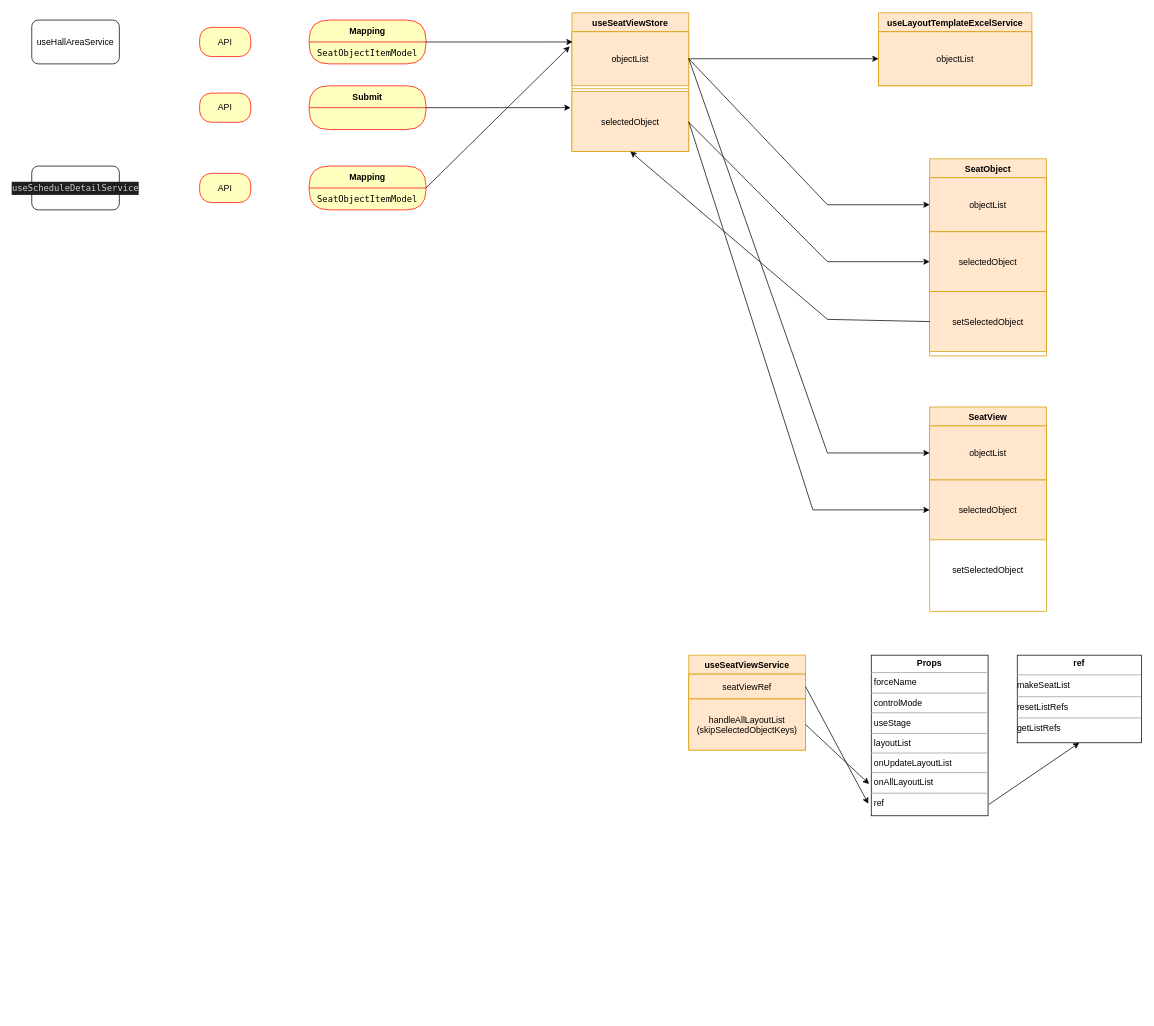
This is 202310_seat_goods.drawio from monolifeYw/drawio, a draw.io file, before an edit. Source tidied: cells renumbered, new cells numbered last; positions are measured from the earlier drawing's top-left corner, leaving out a move shared by most shapes. Both pictures are drawn from the tidied source at 73%, with x=0, y=0 at pixel (31, 12).
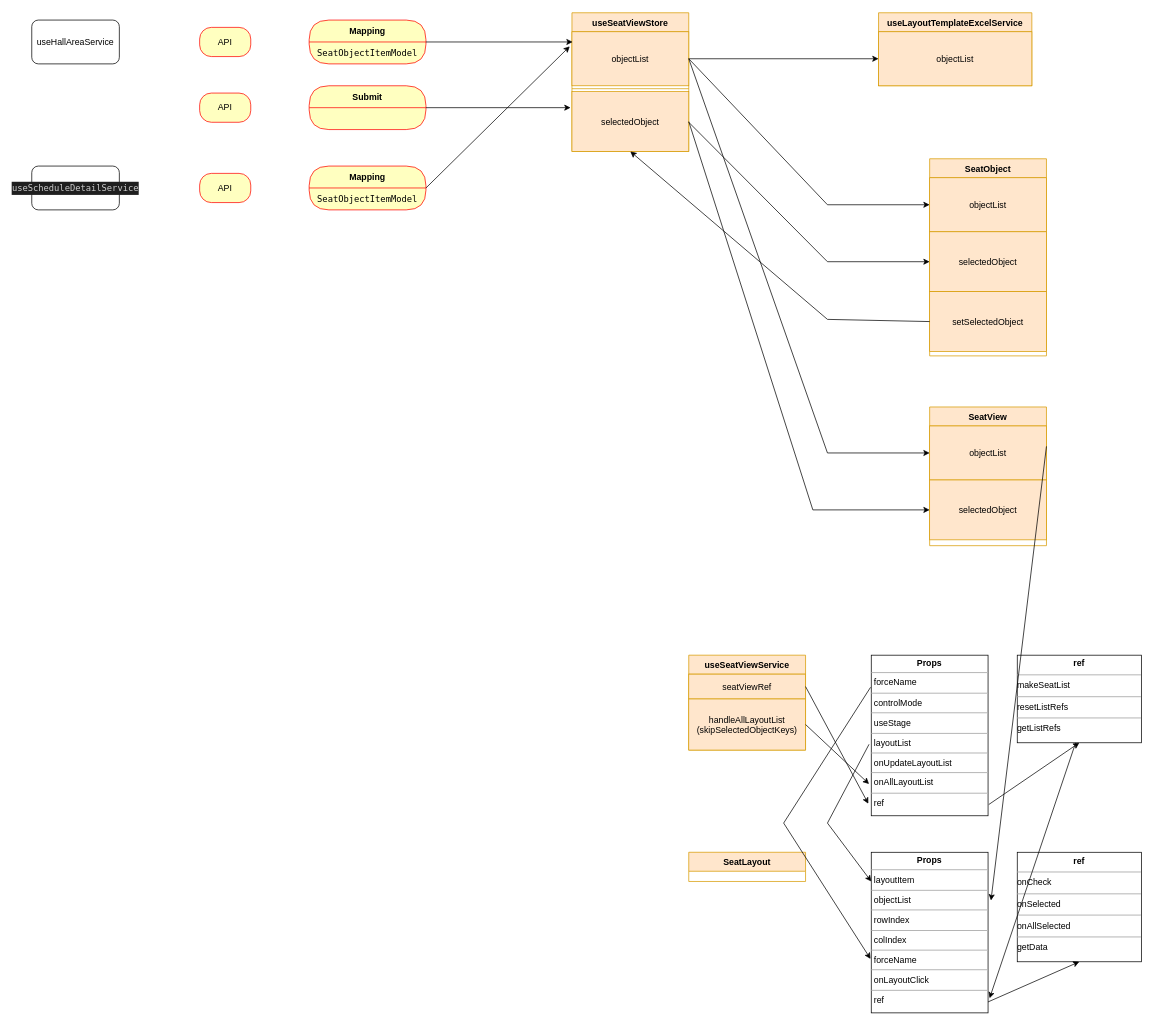
Above is the later version.

The change refers to these unchanged cells:
```xml
<mxCell id="19" value="objectList" style="text;align=center;verticalAlign=middle;spacingLeft=4;spacingRight=4;overflow=hidden;points=[[0,0.5],[1,0.5]];portConstraint=eastwest;rounded=0;shadow=0;html=0;fillColor=#ffe6cc;strokeColor=#d79b00;" parent="18" vertex="1">
  <mxGeometry y="26" width="160" height="74" as="geometry" />
</mxCell>
<mxCell id="35" value="&lt;p style=&quot;margin:0px;margin-top:4px;text-align:center;&quot;&gt;&lt;b&gt;Props&lt;/b&gt;&lt;/p&gt;&lt;hr size=&quot;1&quot;&gt;&lt;p style=&quot;margin:0px;margin-left:4px;&quot;&gt;forceName&lt;/p&gt;&lt;hr size=&quot;1&quot;&gt;&lt;p style=&quot;margin:0px;margin-left:4px;&quot;&gt;controlMode&lt;/p&gt;&lt;hr style=&quot;border-color: var(--border-color);&quot; size=&quot;1&quot;&gt;&lt;p style=&quot;border-color: var(--border-color); margin: 0px 0px 0px 4px;&quot;&gt;&lt;span style=&quot;background-color: initial;&quot;&gt;useStage&lt;/span&gt;&lt;br&gt;&lt;/p&gt;&lt;hr style=&quot;border-color: var(--border-color);&quot; size=&quot;1&quot;&gt;&lt;p style=&quot;border-color: var(--border-color); margin: 0px 0px 0px 4px;&quot;&gt;layoutList&lt;/p&gt;&lt;hr style=&quot;border-color: var(--border-color);&quot; size=&quot;1&quot;&gt;&lt;p style=&quot;border-color: var(--border-color); margin: 0px 0px 0px 4px;&quot;&gt;onUpdateLayoutList&lt;/p&gt;&lt;hr style=&quot;border-color: var(--border-color);&quot; size=&quot;1&quot;&gt;&lt;p style=&quot;border-color: var(--border-color); margin: 0px 0px 0px 4px;&quot;&gt;onAllLayoutList&lt;/p&gt;&lt;hr style=&quot;border-color: var(--border-color);&quot; size=&quot;1&quot;&gt;&lt;p style=&quot;border-color: var(--border-color); margin: 0px 0px 0px 4px;&quot;&gt;ref&lt;/p&gt;" style="verticalAlign=top;align=left;overflow=fill;fontSize=12;fontFamily=Helvetica;html=1;whiteSpace=wrap;" parent="1" vertex="1">
  <mxGeometry x="1150" y="880" width="160" height="220" as="geometry" />
</mxCell>
```

The edit, as a diff of the source:
```diff
@@
     <mxCell id="18" value="SeatView" style="swimlane;fontStyle=1;align=center;verticalAlign=top;horizontal=1;startSize=26;rounded=0;shadow=0;strokeWidth=1;fillColor=#ffe6cc;strokeColor=#d79b00;" parent="1" vertex="1">
-      <mxGeometry x="1230" y="540" width="160" height="280" as="geometry" />
+      <mxGeometry x="1230" y="540" width="160" height="190" as="geometry" />
     </mxCell>
@@
-    <mxCell id="21" value="setSelectedObject" style="text;align=center;verticalAlign=middle;spacingLeft=4;spacingRight=4;overflow=hidden;" parent="18" vertex="1">
-      <mxGeometry y="182" width="160" height="82" as="geometry" />
-    </mxCell>
@@
+    <mxCell id="43" value="SeatLayout" style="swimlane;fontStyle=1;align=center;verticalAlign=top;horizontal=1;startSize=26;rounded=0;shadow=0;strokeWidth=1;fillColor=#ffe6cc;strokeColor=#d79b00;" parent="1" vertex="1">
+      <mxGeometry x="900" y="1150" width="160" height="40" as="geometry" />
+    </mxCell>
+    <mxCell id="44" value="&lt;p style=&quot;margin:0px;margin-top:4px;text-align:center;&quot;&gt;&lt;b&gt;Props&lt;/b&gt;&lt;/p&gt;&lt;hr size=&quot;1&quot;&gt;&lt;p style=&quot;margin:0px;margin-left:4px;&quot;&gt;layoutItem&lt;/p&gt;&lt;hr size=&quot;1&quot;&gt;&lt;p style=&quot;margin:0px;margin-left:4px;&quot;&gt;objectList&lt;/p&gt;&lt;hr style=&quot;border-color: var(--border-color);&quot; size=&quot;1&quot;&gt;&lt;p style=&quot;border-color: var(--border-color); margin: 0px 0px 0px 4px;&quot;&gt;&lt;span style=&quot;background-color: initial;&quot;&gt;rowIndex&lt;/span&gt;&lt;br&gt;&lt;/p&gt;&lt;hr style=&quot;border-color: var(--border-color);&quot; size=&quot;1&quot;&gt;&lt;p style=&quot;border-color: var(--border-color); margin: 0px 0px 0px 4px;&quot;&gt;colIndex&lt;/p&gt;&lt;hr style=&quot;border-color: var(--border-color);&quot; size=&quot;1&quot;&gt;&lt;p style=&quot;border-color: var(--border-color); margin: 0px 0px 0px 4px;&quot;&gt;forceName&lt;/p&gt;&lt;hr style=&quot;border-color: var(--border-color);&quot; size=&quot;1&quot;&gt;&lt;p style=&quot;border-color: var(--border-color); margin: 0px 0px 0px 4px;&quot;&gt;onLayoutClick&lt;/p&gt;&lt;hr style=&quot;border-color: var(--border-color);&quot; size=&quot;1&quot;&gt;&lt;p style=&quot;border-color: var(--border-color); margin: 0px 0px 0px 4px;&quot;&gt;ref&lt;/p&gt;" style="verticalAlign=top;align=left;overflow=fill;fontSize=12;fontFamily=Helvetica;html=1;whiteSpace=wrap;" parent="1" vertex="1">
+      <mxGeometry x="1150" y="1150" width="160" height="220" as="geometry" />
+    </mxCell>
+    <mxCell id="45" value="&lt;p style=&quot;text-align: center; margin: 4px 0px 0px; line-height: 140%;&quot;&gt;&lt;b&gt;&lt;font face=&quot;Helvetica&quot;&gt;ref&lt;/font&gt;&lt;/b&gt;&lt;/p&gt;&lt;hr style=&quot;text-align: center; line-height: 140%;&quot; size=&quot;1&quot;&gt;&lt;div style=&quot;line-height: 140%;&quot;&gt;&lt;font face=&quot;Helvetica&quot;&gt;onCheck&lt;/font&gt;&lt;/div&gt;&lt;hr style=&quot;line-height: 140%;&quot; size=&quot;1&quot;&gt;&lt;div style=&quot;line-height: 140%;&quot;&gt;&lt;font face=&quot;Helvetica&quot;&gt;onSelected&lt;/font&gt;&lt;/div&gt;&lt;hr style=&quot;border-color: var(--border-color); line-height: 140%;&quot; size=&quot;1&quot;&gt;&lt;div style=&quot;line-height: 140%;&quot;&gt;&lt;font face=&quot;Helvetica&quot;&gt;onAllSelected&lt;/font&gt;&lt;/div&gt;&lt;div style=&quot;line-height: 140%;&quot;&gt;&lt;hr style=&quot;border-color: var(--border-color); line-height: 16.8px;&quot; size=&quot;1&quot;&gt;&lt;div style=&quot;border-color: var(--border-color); line-height: 16.8px;&quot;&gt;getData&lt;/div&gt;&lt;/div&gt;&lt;p style=&quot;border-color: var(--border-color); margin: 0px 0px 0px 4px; line-height: 140%;&quot;&gt;&lt;br&gt;&lt;/p&gt;&lt;p style=&quot;border-color: var(--border-color); margin: 0px 0px 0px 4px; line-height: 140%;&quot;&gt;&lt;br style=&quot;border-color: var(--border-color);&quot;&gt;&lt;/p&gt;&lt;p style=&quot;border-color: var(--border-color); margin: 0px 0px 0px 4px; line-height: 140%;&quot;&gt;&lt;br style=&quot;border-color: var(--border-color);&quot;&gt;&lt;/p&gt;&lt;p style=&quot;border-color: var(--border-color); margin: 0px 0px 0px 4px; line-height: 140%;&quot;&gt;&lt;br style=&quot;border-color: var(--border-color);&quot;&gt;&lt;/p&gt;&lt;p style=&quot;border-color: var(--border-color); margin: 0px 0px 0px 4px; line-height: 140%;&quot;&gt;&lt;br style=&quot;border-color: var(--border-color);&quot;&gt;&lt;/p&gt;" style="verticalAlign=top;align=left;overflow=fill;fontSize=12;fontFamily=Helvetica;html=1;whiteSpace=wrap;spacing=2;spacingLeft=0;horizontal=1;" parent="1" vertex="1">
+      <mxGeometry x="1350" y="1150" width="170" height="150" as="geometry" />
+    </mxCell>
+    <mxCell id="46" style="endArrow=classic;html=1;rounded=0;exitX=-0.019;exitY=0.555;exitDx=0;exitDy=0;entryX=0;entryY=0.182;entryDx=0;entryDy=0;entryPerimeter=0;exitPerimeter=0;" parent="1" edge="1" source="35" target="44">
+      <mxGeometry relative="1" as="geometry">
+        <Array as="points">
+          <mxPoint x="1090" y="1110" />
+        </Array>
+      </mxGeometry>
+    </mxCell>
+    <mxCell id="47" style="endArrow=classic;html=1;rounded=0;exitX=1;exitY=0.378;exitDx=0;exitDy=0;entryX=1.025;entryY=0.3;entryDx=0;entryDy=0;exitPerimeter=0;entryPerimeter=0;" parent="1" edge="1" source="19" target="44">
+      <mxGeometry relative="1" as="geometry" />
+    </mxCell>
+    <mxCell id="48" style="endArrow=classic;html=1;rounded=0;exitX=-0.006;exitY=0.2;exitDx=0;exitDy=0;entryX=-0.006;entryY=0.664;entryDx=0;entryDy=0;entryPerimeter=0;exitPerimeter=0;" parent="1" edge="1" source="35" target="44">
+      <mxGeometry relative="1" as="geometry">
+        <Array as="points">
+          <mxPoint x="1030" y="1110" />
+        </Array>
+      </mxGeometry>
+    </mxCell>
+    <mxCell id="49" style="endArrow=classic;html=1;rounded=0;exitX=1.006;exitY=0.93;exitDx=0;exitDy=0;entryX=0.5;entryY=1;entryDx=0;entryDy=0;exitPerimeter=0;" parent="1" edge="1" target="45">
+      <mxGeometry relative="1" as="geometry">
+        <mxPoint x="1310" y="1355" as="sourcePoint" />
+      </mxGeometry>
+    </mxCell>
+    <mxCell id="50" style="endArrow=classic;html=1;rounded=0;entryX=1.013;entryY=0.909;entryDx=0;entryDy=0;entryPerimeter=0;" parent="1" edge="1" target="44">
+      <mxGeometry relative="1" as="geometry">
+        <mxPoint x="1430" y="1000" as="sourcePoint" />
+      </mxGeometry>
+    </mxCell>
```
